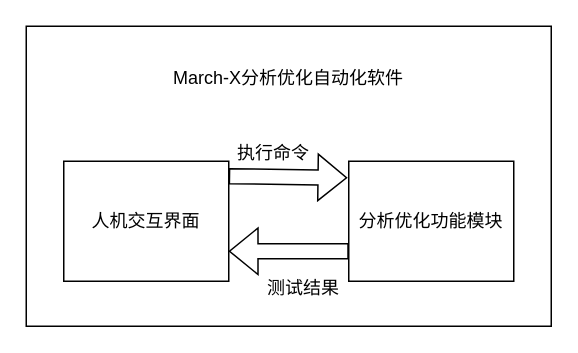
Above: doc/func.drawio in shanshan-lu/homwork (draw.io), before the change. Source tidied: cells renumbered, new cells numbered last; positions are measured from the earlier drawing's top-left corner, leaving out a move shared by most shapes. Both pictures are drawn from the tidied source at 150%, with x=0, y=0 at pixel (26, 26).
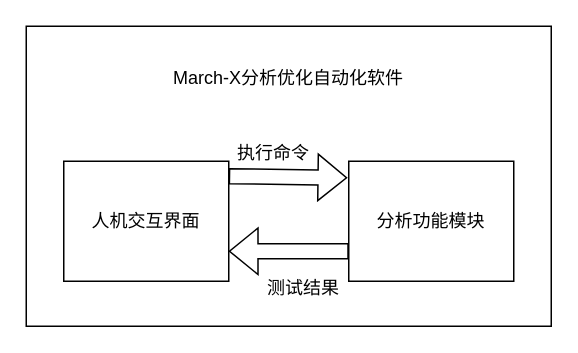
After the change.

Change to the diagram source:
```diff
@@
 <mxGraphModel>
   <root>
     <mxCell id="0" />
     <mxCell id="1" parent="0" />
     <mxCell id="2" style="whiteSpace=wrap;html=1;align=center;" parent="1" vertex="1">
       <mxGeometry width="350" height="200" as="geometry" />
     </mxCell>
     <mxCell id="3" value="人机交互界面" style="whiteSpace=wrap;html=1;align=center;" parent="1" vertex="1">
       <mxGeometry x="25" y="90" width="110" height="80" as="geometry" />
     </mxCell>
-    <mxCell id="4" value="分析优化功能模块" style="whiteSpace=wrap;html=1;align=center;" parent="1" vertex="1">
+    <mxCell id="4" value="分析功能模块" style="whiteSpace=wrap;html=1;align=center;" parent="1" vertex="1">
       <mxGeometry x="215" y="90" width="110" height="80" as="geometry" />
     </mxCell>
     <mxCell id="5" value="March-X分析优化自动化软件" style="text;html=1;strokeColor=none;fillColor=none;align=center;verticalAlign=middle;whiteSpace=wrap;rounded=0;" parent="1" vertex="1">
       <mxGeometry x="95" y="20" width="160" height="30" as="geometry" />
     </mxCell>
     <mxCell id="6" style="shape=flexArrow;endArrow=classic;html=1;rounded=0;exitX=1;exitY=0.125;exitDx=0;exitDy=0;exitPerimeter=0;entryX=-0.009;entryY=0.138;entryDx=0;entryDy=0;entryPerimeter=0;" parent="1" edge="1" source="3" target="4">
       <mxGeometry relative="1" as="geometry" />
     </mxCell>
     <mxCell id="7" value="执行命令" style="text;html=1;strokeColor=none;fillColor=none;align=center;verticalAlign=middle;whiteSpace=wrap;rounded=0;" parent="1" vertex="1">
       <mxGeometry x="135" y="70" width="60" height="30" as="geometry" />
     </mxCell>
     <mxCell id="8" style="shape=flexArrow;endArrow=classic;html=1;rounded=0;entryX=1;entryY=0.75;entryDx=0;entryDy=0;exitX=0;exitY=0.75;exitDx=0;exitDy=0;" parent="1" edge="1" source="4" target="3">
       <mxGeometry relative="1" as="geometry" />
     </mxCell>
     <mxCell id="9" value="测试结果" style="text;html=1;strokeColor=none;fillColor=none;align=center;verticalAlign=middle;whiteSpace=wrap;rounded=0;" parent="1" vertex="1">
       <mxGeometry x="155" y="160" width="60" height="30" as="geometry" />
     </mxCell>
   </root>
 </mxGraphModel>
```
